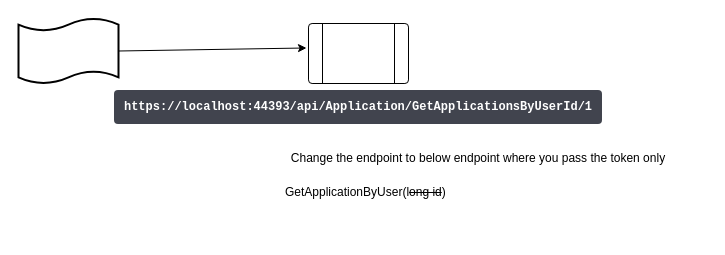
Above: Untitled Diagram.drawio in mattwatts36/drawings (draw.io), before the change. Source tidied: cells renumbered, new cells numbered last; positions are measured from the earlier drawing's top-left corner, leaving out a move shared by most shapes. Both pictures are drawn from the tidied source at 100%, with x=0, y=0 at pixel (18, 18).
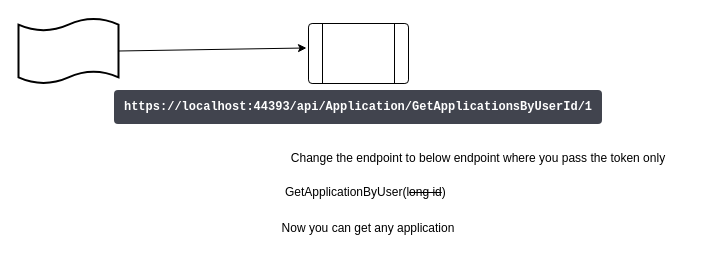
Above is the later version.

The edit, as a diff of the source:
```diff
@@
 <mxGraphModel>
   <root>
     <mxCell id="0" />
     <mxCell id="1" parent="0" />
     <mxCell id="2" style="shape=tape;whiteSpace=wrap;html=1;strokeWidth=2;size=0.19;" parent="1" vertex="1">
       <mxGeometry width="100" height="65" as="geometry" />
     </mxCell>
     <mxCell id="3" value="&lt;pre class=&quot;microlight&quot; style=&quot;box-sizing: border-box ; margin-top: 0px ; margin-bottom: 0px ; padding: 10px ; word-break: break-word ; border-radius: 4px ; background: rgb(65 , 68 , 78) ; overflow-wrap: break-word ; font-weight: 600 ; color: rgb(255 , 255 , 255)&quot;&gt;https://localhost:44393/api/Application/GetApplicationsByUserId/1&lt;/pre&gt;" style="verticalLabelPosition=bottom;verticalAlign=top;html=1;shape=process;whiteSpace=wrap;rounded=1;size=0.14;arcSize=6;" parent="1" vertex="1">
       <mxGeometry x="290" y="5" width="100" height="60" as="geometry" />
     </mxCell>
     <mxCell id="4" style="endArrow=classic;html=1;entryX=-0.02;entryY=0.408;entryDx=0;entryDy=0;entryPerimeter=0;exitX=1;exitY=0.5;exitDx=0;exitDy=0;exitPerimeter=0;" parent="1" edge="1" source="2" target="3">
       <mxGeometry relative="1" as="geometry" />
     </mxCell>
     <mxCell id="5" value="GetApplicationByUser(l&lt;strike&gt;ong id&lt;/strike&gt;)" style="text;whiteSpace=wrap;html=1;" parent="1" vertex="1">
       <mxGeometry x="265" y="160" width="170" height="30" as="geometry" />
     </mxCell>
     <mxCell id="6" value="Change the endpoint to below endpoint where you pass the token only" style="text;html=1;strokeColor=none;fillColor=none;align=center;verticalAlign=middle;whiteSpace=wrap;rounded=0;" parent="1" vertex="1">
       <mxGeometry x="230" y="130" width="460" height="20" as="geometry" />
     </mxCell>
+    <mxCell id="7" value="Now you can get any application" style="text;html=1;strokeColor=none;fillColor=none;align=center;verticalAlign=middle;whiteSpace=wrap;rounded=0;" parent="1" vertex="1">
+      <mxGeometry x="215" y="200" width="270" height="20" as="geometry" />
+    </mxCell>
   </root>
 </mxGraphModel>
```
